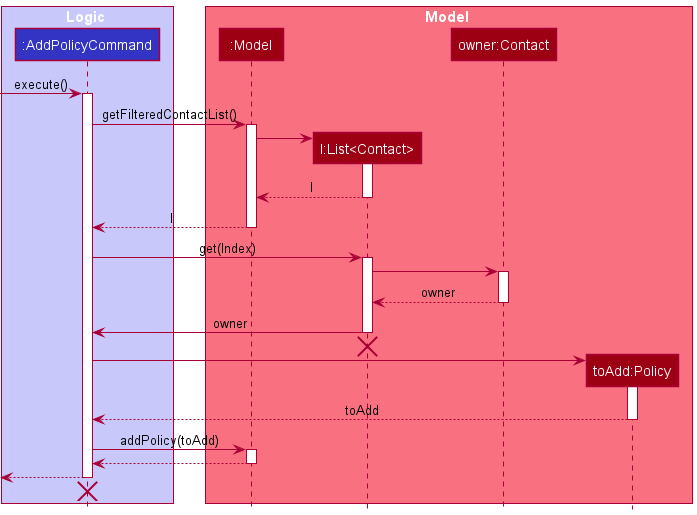
This is docs/images/AddPolicyCommandExecuteSequenceDiagram.png from nus-cs2103-AY2122S1/tp, a PlantUML export, as it was before one commit.
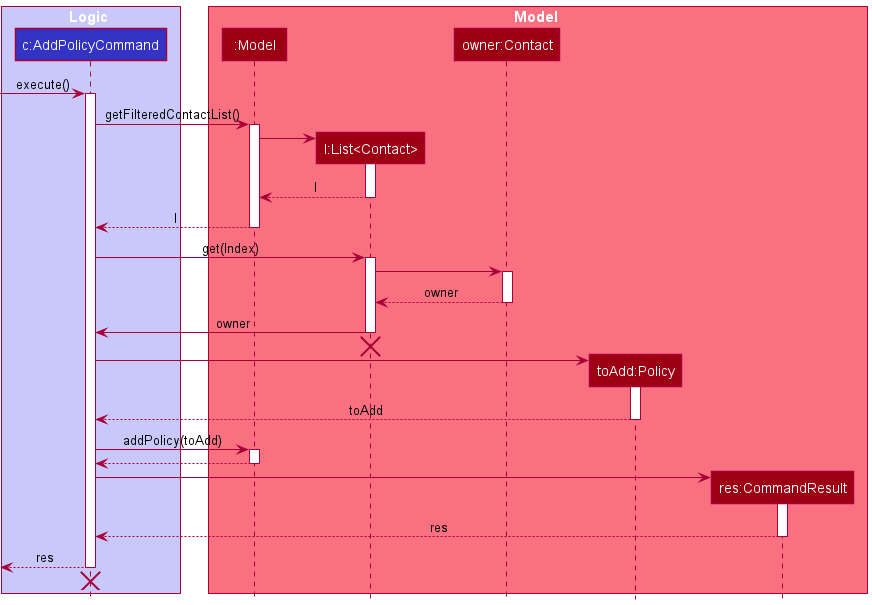
Above is the later version.

What changed in the source:
```diff
@@ -4,7 +4,7 @@
 box Logic LOGIC_COLOR_T1
 
 
-participant ":AddPolicyCommand" as AddPolicyCommand LOGIC_COLOR
+participant "c:AddPolicyCommand" as AddPolicyCommand LOGIC_COLOR
 end box
 
 box Model MODEL_COLOR_T1
@@ -12,6 +12,7 @@
 participant "l:List<Contact>" as List MODEL_COLOR
 participant "owner:Contact" as Contact MODEL_COLOR
 participant "toAdd:Policy" as Policy MODEL_COLOR
+participant "res:CommandResult" as CommandResult MODEL_COLOR
 
 end box
 
@@ -59,7 +60,14 @@
 Model --> AddPolicyCommand
 deactivate Model
 
-[<-- AddPolicyCommand
+create CommandResult
+AddPolicyCommand -> CommandResult
+activate CommandResult
+CommandResult --> AddPolicyCommand : res
+deactivate CommandResult
+
+
+[<-- AddPolicyCommand : res
 deactivate AddPolicyCommand
 [<-[hidden]- AddPolicyCommand
 destroy AddPolicyCommand
```
